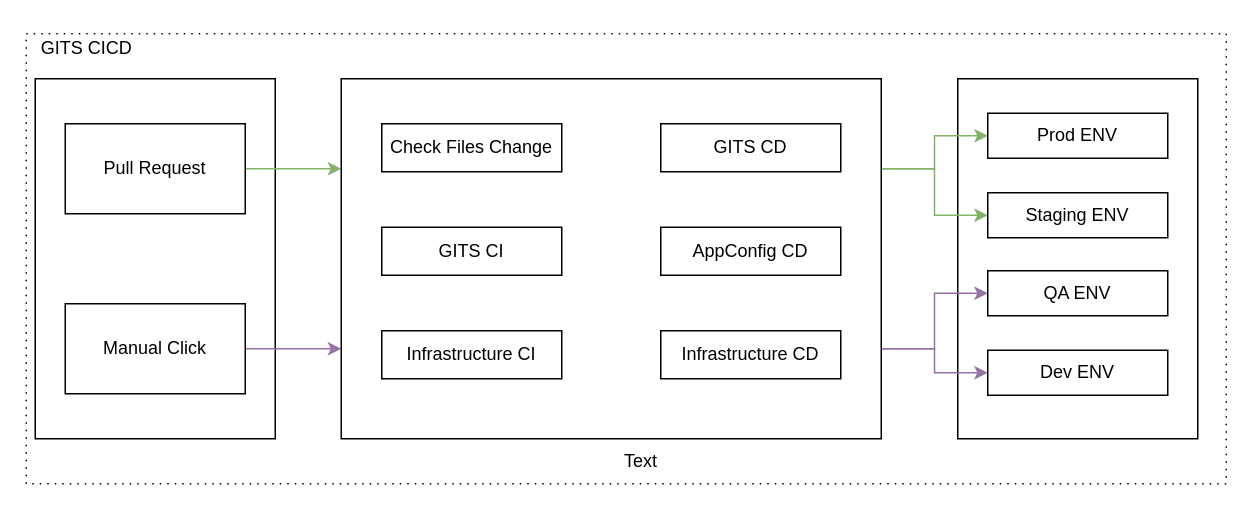
This is GITS CICD.drawio from wangpengming/drawio, a draw.io file, before an edit. Source tidied: cells renumbered, new cells numbered last; positions are measured from the earlier drawing's top-left corner, leaving out a move shared by most shapes. Both pictures are drawn from the tidied source at 150%, with x=0, y=0 at pixel (26, 26).
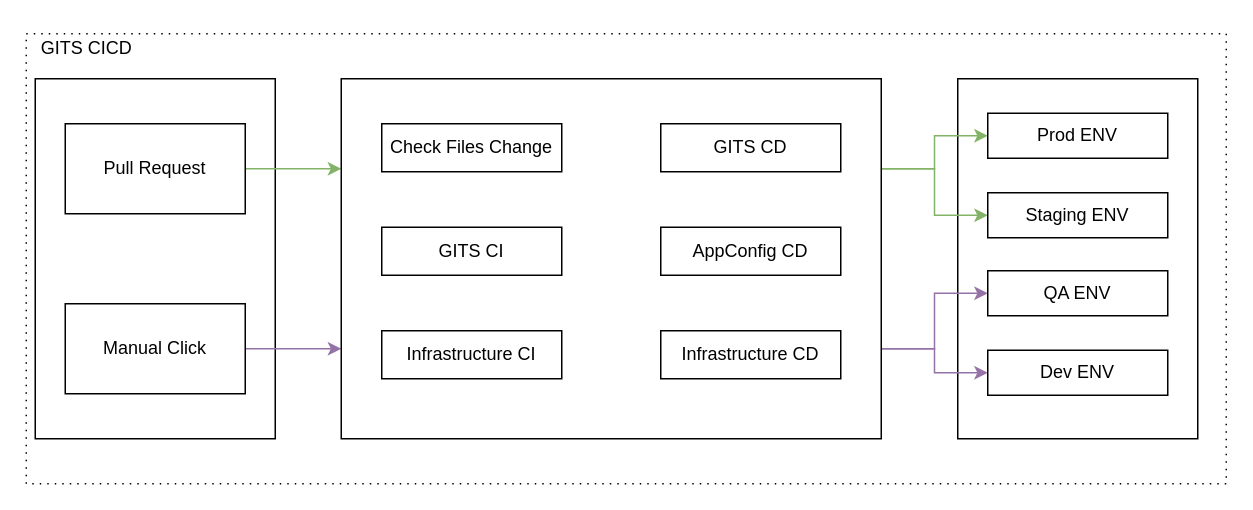
The same page after the edit.

The edit, as a diff of the source:
```diff
@@
-    <mxCell id="24" value="Text" style="text;html=1;strokeColor=none;fillColor=none;align=center;verticalAlign=middle;whiteSpace=wrap;rounded=0;" parent="1" vertex="1">
-      <mxGeometry x="380" y="275" width="60" height="30" as="geometry" />
-    </mxCell>
```
